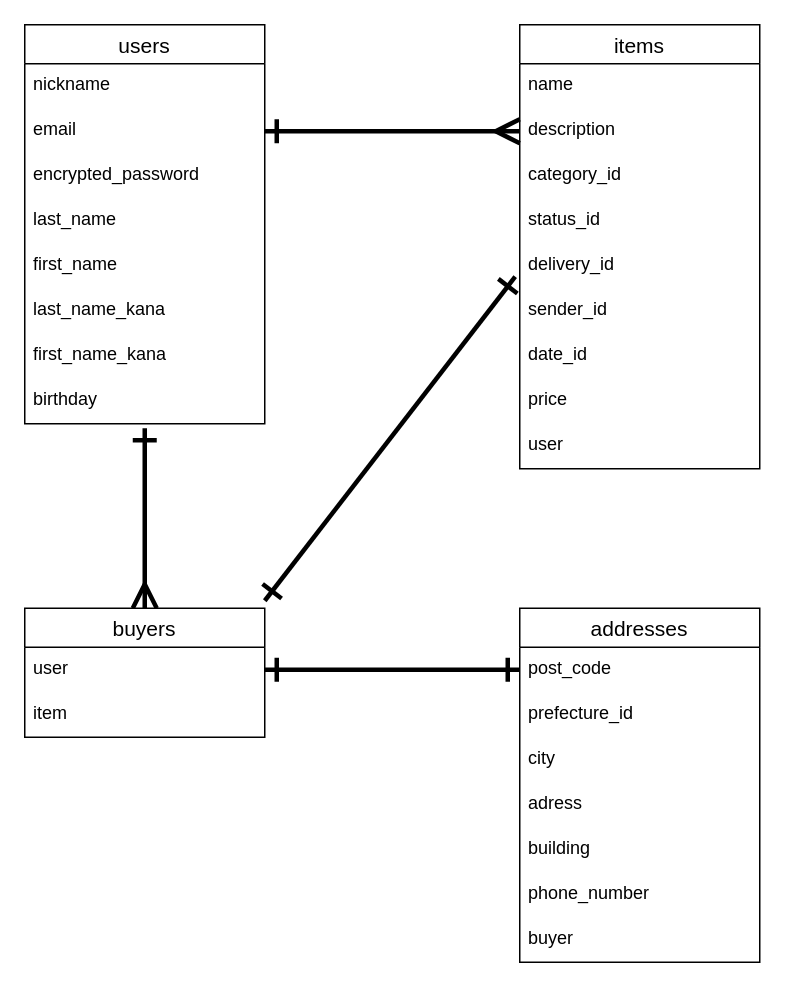
The draw.io diagram furima-38389.dio in masafumiikeda/furima-38389, before the edit. Source tidied: cells renumbered, new cells numbered last; positions are measured from the earlier drawing's top-left corner, leaving out a move shared by most shapes. Both pictures are drawn from the tidied source at 150%, with x=0, y=0 at pixel (24, 24).
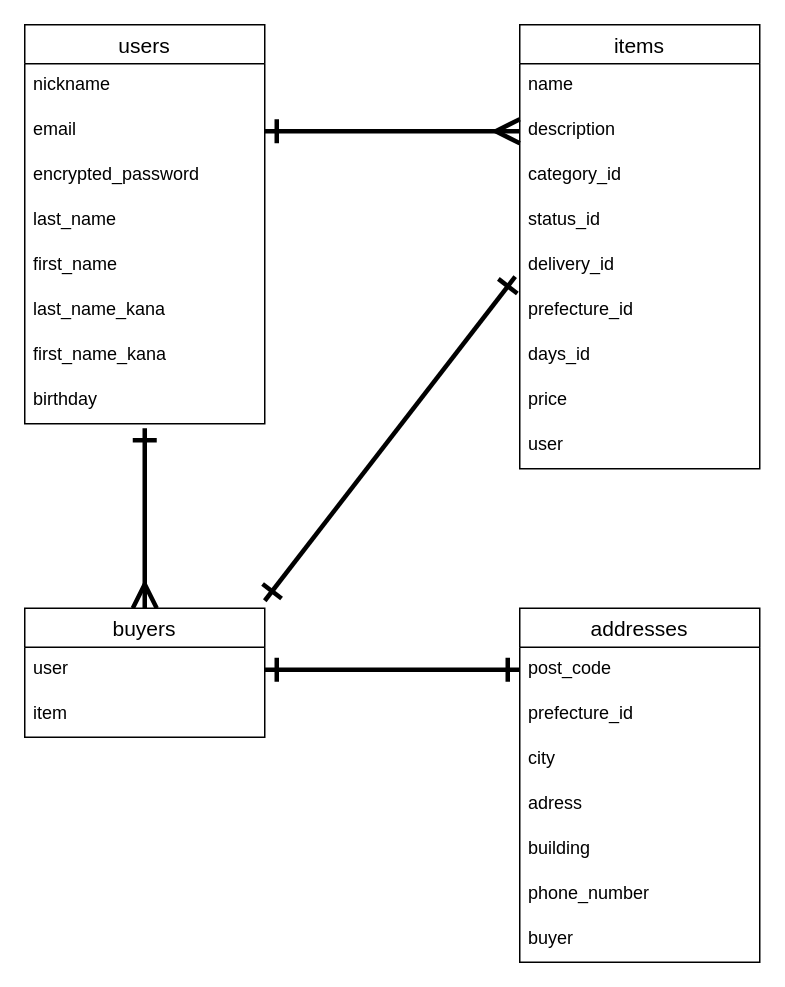
The same page after the edit.

Commit message (it also covers changes not shown here):
READMEファイルの修正及びER図への反映-その２

Unchanged cells that the change refers to:
```xml
<mxCell id="11" value="items" style="swimlane;fontStyle=0;horizontal=1;startSize=26;align=center;fontSize=14;" parent="1" vertex="1">
  <mxGeometry x="330" width="160" height="296" as="geometry" />
</mxCell>
```

Diff of the diagram source:
```diff
@@
-    <mxCell id="17" value="sender_id" style="text;strokeColor=none;fillColor=none;spacingLeft=4;spacingRight=4;overflow=hidden;fontSize=12;" parent="11" vertex="1">
+    <mxCell id="17" value="prefecture_id" style="text;strokeColor=none;fillColor=none;spacingLeft=4;spacingRight=4;overflow=hidden;fontSize=12;" parent="11" vertex="1">
       <mxGeometry y="176" width="160" height="30" as="geometry" />
     </mxCell>
-    <mxCell id="18" value="date_id" style="text;strokeColor=none;fillColor=none;spacingLeft=4;spacingRight=4;overflow=hidden;fontSize=12;" parent="11" vertex="1">
+    <mxCell id="18" value="days_id" style="text;strokeColor=none;fillColor=none;spacingLeft=4;spacingRight=4;overflow=hidden;fontSize=12;" parent="11" vertex="1">
       <mxGeometry y="206" width="160" height="30" as="geometry" />
     </mxCell>
```
